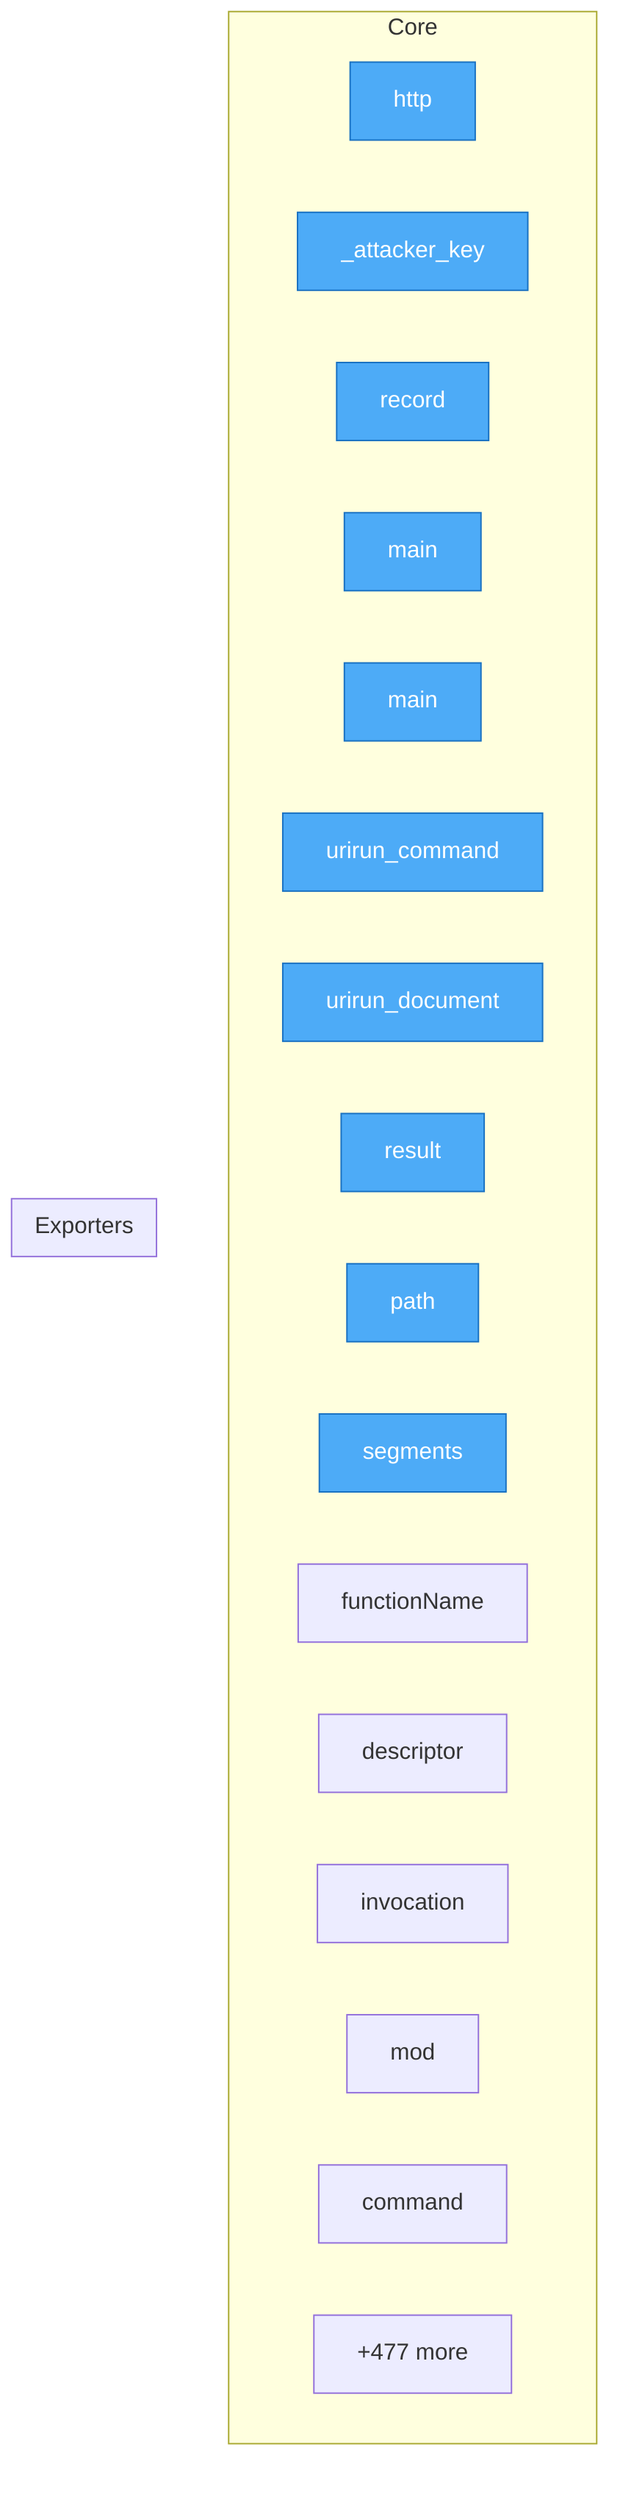
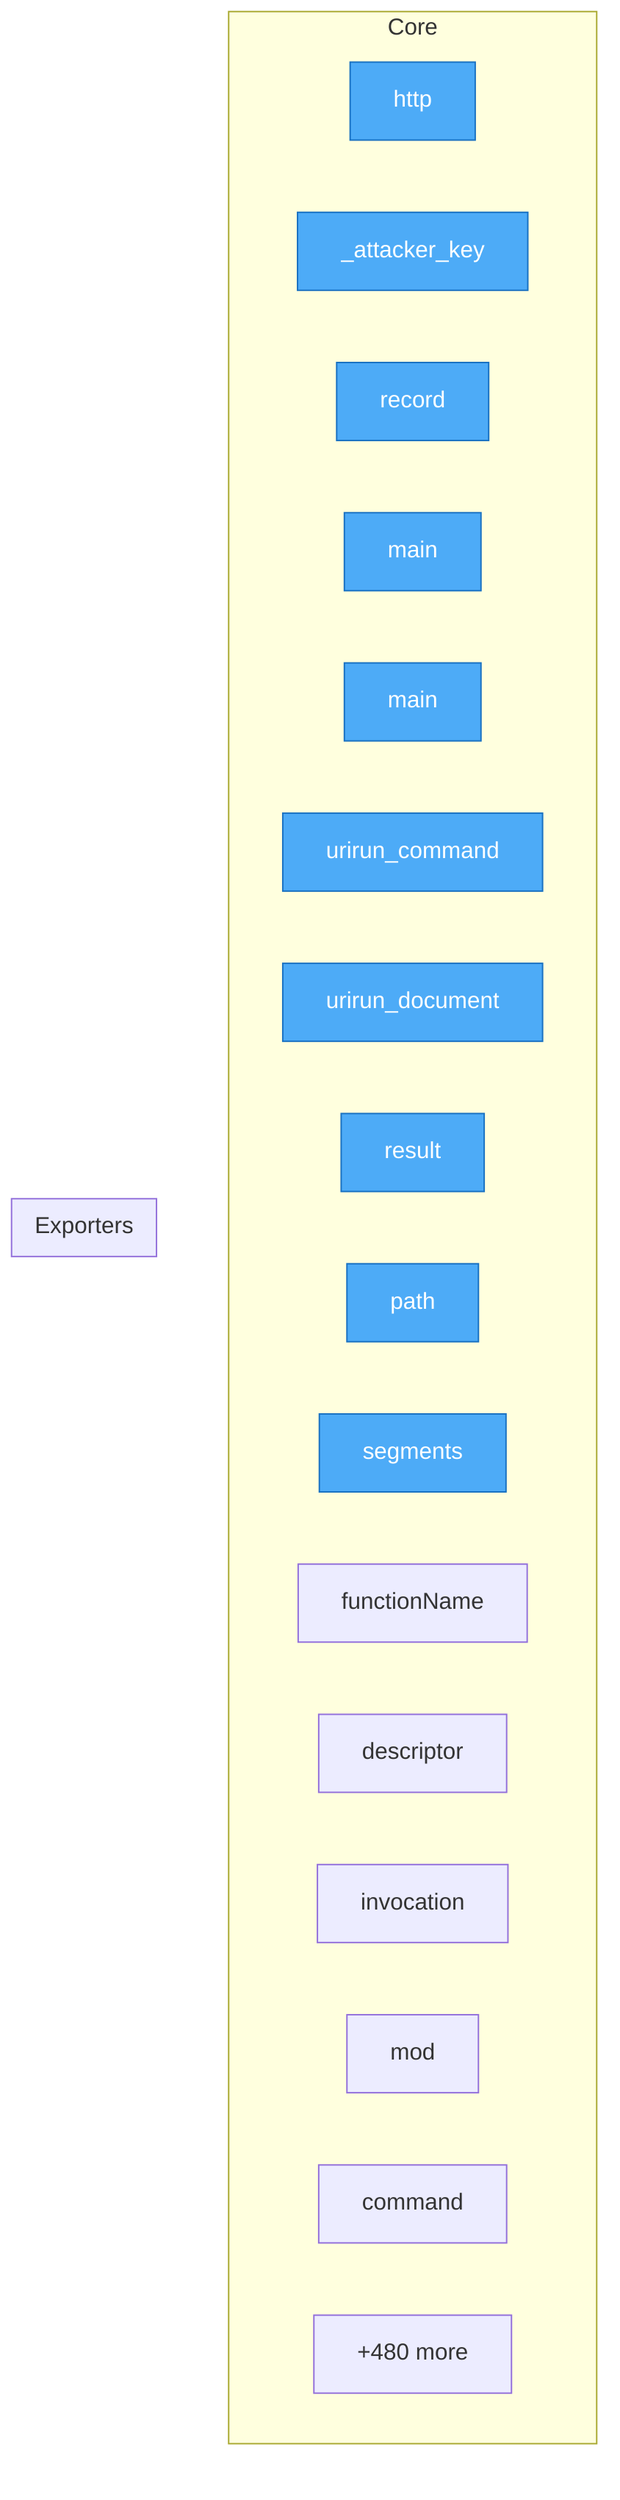
flowchart TD
- %% generated in 0.04s
+ %% generated in 0.09s

    %% Entry points (blue)
    classDef entry fill:#4dabf7,stroke:#1971c2,color:#fff

    subgraph Core
        security__mesh_probe__probe__http["http"]
        security__mesh_probe__probe___attacker_key["_attacker_key"]
        security__mesh_probe__probe__record["record"]
        adapters__conformance__main["main"]
        adapters__new_connector__main["main"]
        adapters__bash__urirun__urirun_command["urirun_command"]
        adapters__bash__urirun__urirun_document["urirun_document"]
        adapters__js__index__test__result["result"]
        adapters__js__path["path"]
        adapters__js__segments["segments"]
        adapters__js__functionName["functionName"]
        adapters__js__descriptor["descriptor"]
        adapters__js__invocation["invocation"]
        adapters__js__mod["mod"]
        adapters__java__Urirun__Urirun__command["command"]
-         ...["+477 more"]
+         ...["+480 more"]
    end

    subgraph Exporters
    end

    class security__mesh_probe__probe__http,security__mesh_probe__probe___attacker_key,security__mesh_probe__probe__record,adapters__conformance__main,adapters__new_connector__main,adapters__bash__urirun__urirun_command,adapters__bash__urirun__urirun_document,adapters__js__index__test__result,adapters__js__path,adapters__js__segments entry
